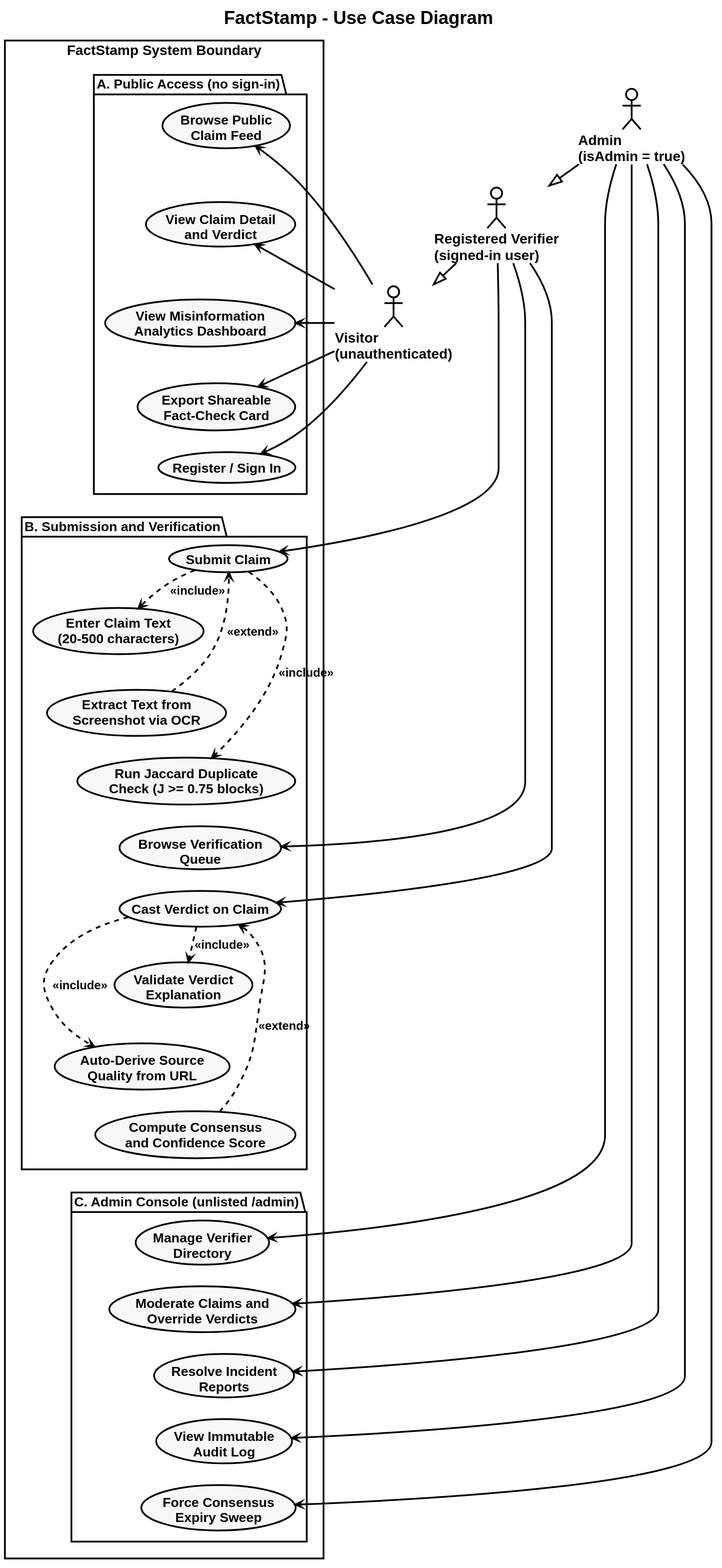
aadish0day/typst keeps this PlantUML diagram as FactStamp/black_book_draft/03_Requirements_and_Analysis/attachments/use_case_diagram.svg. Above is the earlier version.
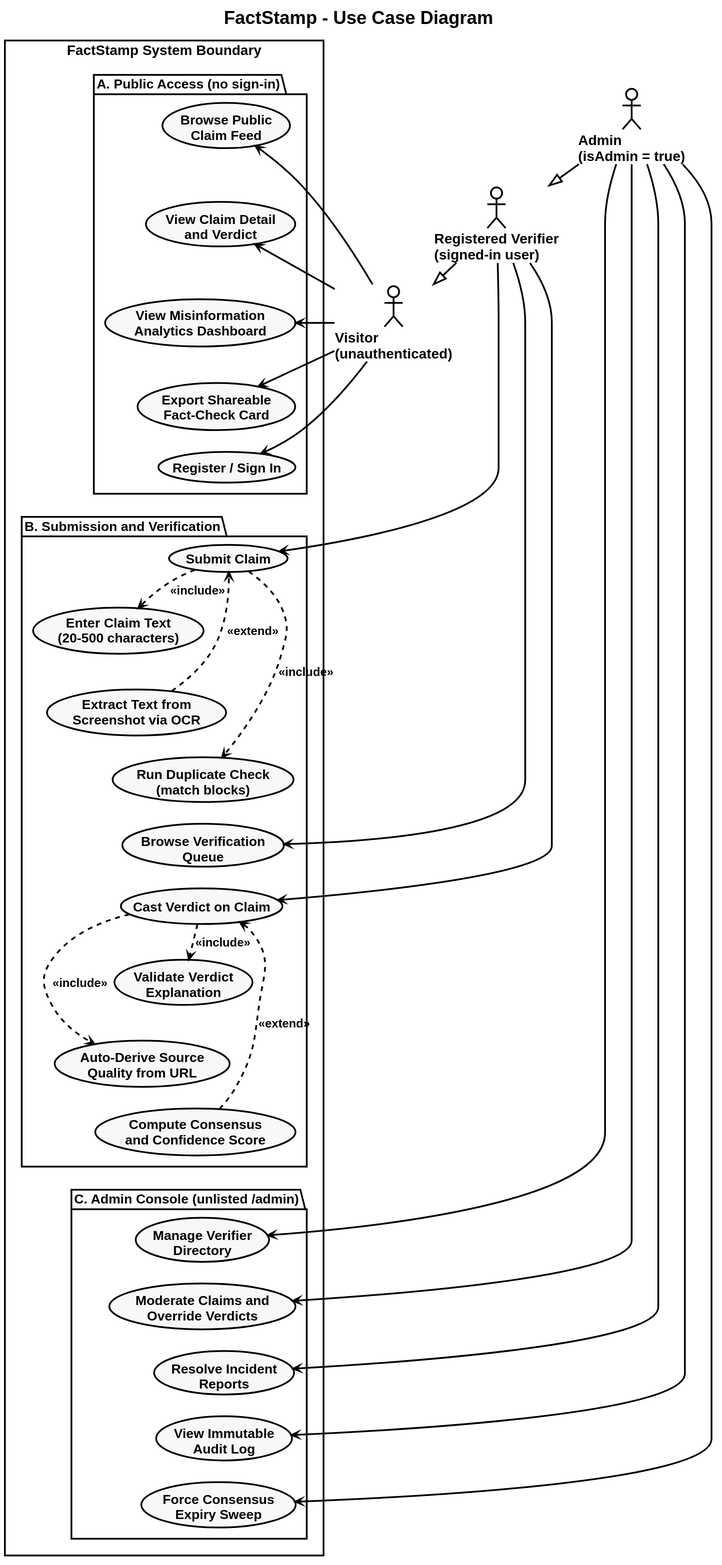
Above is the later version.

Diff of the diagram source:
```diff
@@ -61,7 +61,7 @@
     usecase "Submit Claim" as UC6
     usecase "Enter Claim Text\n(20-500 characters)" as UC7
     usecase "Extract Text from\nScreenshot via OCR" as UC8
-    usecase "Run Jaccard Duplicate\nCheck (J >= 0.75 blocks)" as UC9
+    usecase "Run Duplicate Check\n(match blocks)" as UC9
     usecase "Browse Verification\nQueue" as UC10
     usecase "Cast Verdict on Claim" as UC11
     usecase "Validate Verdict\nExplanation" as UC12
```
